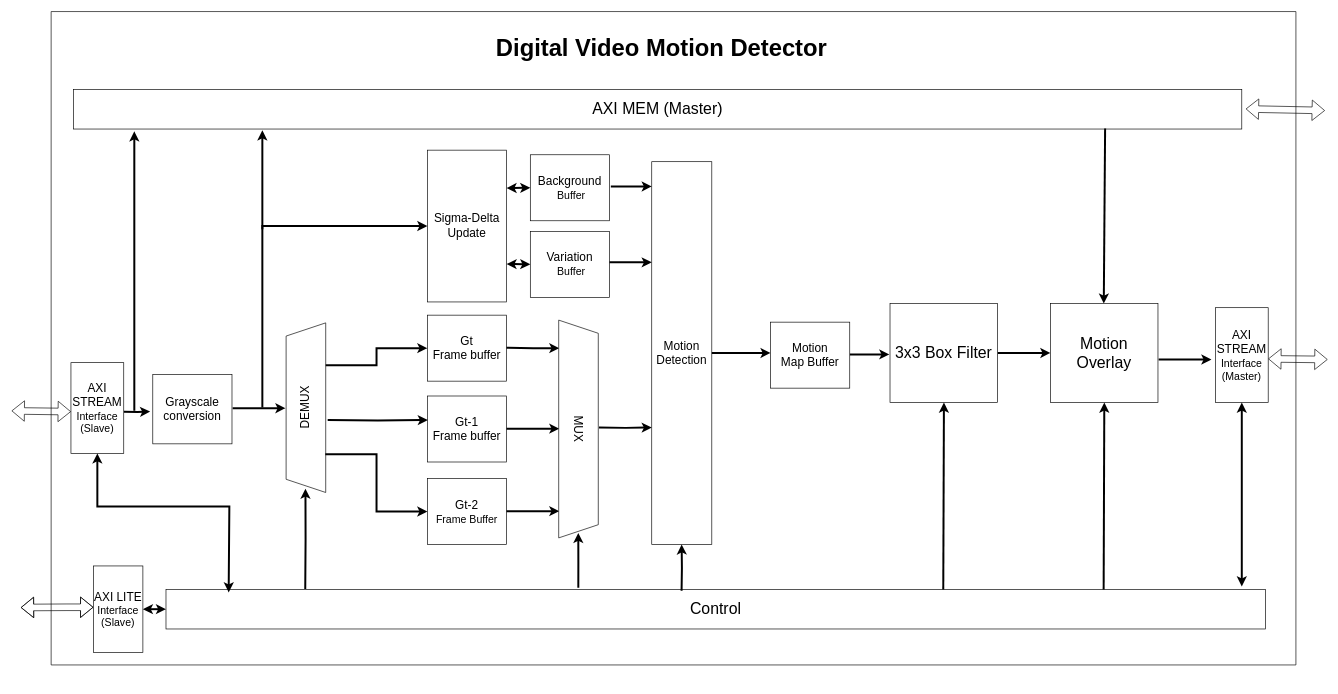
sabarioded/Hardware_for_Digital_Video_Motion_Detector keeps this draw.io diagram as drawings/Block_Diagram_v5.drawio. Above is the earlier version. Source tidied: cells renumbered, new cells numbered last; positions are measured from the earlier drawing's top-left corner, leaving out a move shared by most shapes. Both pictures are drawn from the tidied source at 66%, with x=0, y=0 at pixel (11, 11).
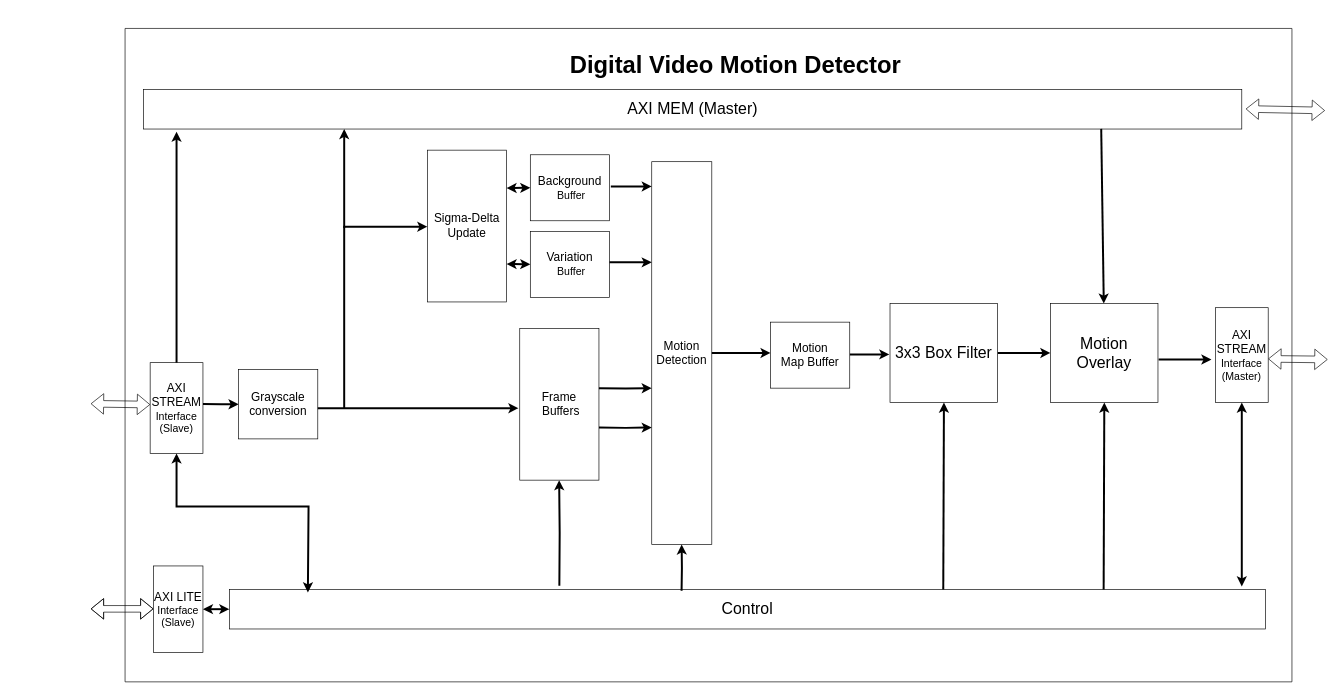
Above is the later version.

Unchanged cells that the change refers to:
```xml
<mxCell id="21" value="&lt;span style=&quot;font-size: 18px;&quot;&gt;Sigma-Delta&lt;/span&gt;&lt;div&gt;&lt;span style=&quot;font-size: 18px;&quot;&gt;Update&lt;/span&gt;&lt;/div&gt;" style="rounded=0;whiteSpace=wrap;html=1;" parent="1" vertex="1">
  <mxGeometry x="630" y="210" width="120" height="230" as="geometry" />
</mxCell>
```

The edit, as a diff of the source:
```diff
@@
-    <mxCell id="2" style="edgeStyle=orthogonalEdgeStyle;rounded=0;orthogonalLoop=1;jettySize=auto;html=1;strokeWidth=3;" parent="1" edge="1">
+    <mxCell id="2" style="edgeStyle=orthogonalEdgeStyle;rounded=0;jettySize=auto;html=1;strokeWidth=3;entryX=0;entryY=0.5;entryDx=0;entryDy=0;" parent="1" edge="1" target="5">
       <mxGeometry relative="1" as="geometry">
-        <mxPoint x="170" y="606.2" as="sourcePoint" />
-        <mxPoint x="210" y="606" as="targetPoint" />
+        <mxPoint x="290" y="594.6" as="sourcePoint" />
       </mxGeometry>
     </mxCell>
     <mxCell id="3" value="&lt;font style=&quot;font-size: 18px;&quot;&gt;AXI STREAM&lt;/font&gt;&lt;div&gt;&lt;font size=&quot;3&quot;&gt;Interface&lt;/font&gt;&lt;/div&gt;&lt;div&gt;&lt;font size=&quot;3&quot;&gt;(Slave)&lt;/font&gt;&lt;/div&gt;" style="rounded=0;whiteSpace=wrap;html=1;" parent="1" vertex="1">
-      <mxGeometry x="90" y="532" width="80" height="137.5" as="geometry" />
+      <mxGeometry x="210" y="532" width="80" height="137.5" as="geometry" />
     </mxCell>
     <mxCell id="4" style="edgeStyle=orthogonalEdgeStyle;rounded=0;orthogonalLoop=1;jettySize=auto;html=1;strokeWidth=3;" parent="1" edge="1">
       <mxGeometry relative="1" as="geometry">
-        <mxPoint x="335" y="601" as="sourcePoint" />
-        <mxPoint x="415" y="601" as="targetPoint" />
+        <mxPoint x="458" y="601" as="sourcePoint" />
+        <mxPoint x="768" y="601" as="targetPoint" />
       </mxGeometry>
     </mxCell>
     <mxCell id="5" value="&lt;font style=&quot;font-size: 18px;&quot;&gt;Grayscale conversion&lt;/font&gt;" style="whiteSpace=wrap;html=1;" parent="1" vertex="1">
-      <mxGeometry x="214" y="550" width="120" height="105" as="geometry" />
+      <mxGeometry x="344" y="542.5" width="120" height="105" as="geometry" />
     </mxCell>
-    <mxCell id="6" value="&lt;font style=&quot;font-size: 18px;&quot;&gt;Gt-2&lt;/font&gt;&lt;div&gt;&lt;font size=&quot;3&quot;&gt;Frame Buffer&lt;/font&gt;&lt;/div&gt;" style="rounded=0;whiteSpace=wrap;html=1;" parent="1" vertex="1">
-      <mxGeometry x="630" y="707.5" width="120" height="100" as="geometry" />
-    </mxCell>
@@
     <mxCell id="9" value="&lt;font style=&quot;font-size: 24px;&quot;&gt;AXI MEM (Master)&lt;/font&gt;" style="whiteSpace=wrap;html=1;" parent="1" vertex="1">
-      <mxGeometry x="94" y="118" width="1770" height="60" as="geometry" />
+      <mxGeometry x="200" y="118" width="1664" height="60" as="geometry" />
     </mxCell>
-    <mxCell id="10" value="&lt;span style=&quot;font-size: 18px;&quot;&gt;Gt-1&lt;/span&gt;&lt;div&gt;&lt;span style=&quot;font-size: 18px;&quot;&gt;Frame buffer&lt;/span&gt;&lt;/div&gt;" style="rounded=0;whiteSpace=wrap;html=1;" parent="1" vertex="1">
-      <mxGeometry x="630" y="582.5" width="120" height="100" as="geometry" />
-    </mxCell>
@@
-    <mxCell id="13" style="endArrow=classic;html=1;rounded=0;strokeWidth=3;entryX=0.052;entryY=1.059;entryDx=0;entryDy=0;entryPerimeter=0;" parent="1" edge="1" target="9">
+    <mxCell id="13" style="endArrow=classic;html=1;rounded=0;strokeWidth=3;exitX=0.5;exitY=0;exitDx=0;exitDy=0;" parent="1" edge="1" source="3">
       <mxGeometry relative="1" as="geometry">
-        <mxPoint x="186" y="605" as="sourcePoint" />
+        <mxPoint x="250" y="182" as="targetPoint" />
       </mxGeometry>
     </mxCell>
@@
-    <mxCell id="16" style="endArrow=classic;html=1;rounded=0;strokeWidth=3;exitX=0.883;exitY=0.989;exitDx=0;exitDy=0;exitPerimeter=0;" parent="1" edge="1" source="9">
+    <mxCell id="16" style="endArrow=classic;html=1;rounded=0;strokeWidth=3;exitX=0.872;exitY=0.996;exitDx=0;exitDy=0;exitPerimeter=0;" parent="1" edge="1" source="9">
       <mxGeometry relative="1" as="geometry">
         <mxPoint x="1654.9" y="442.5" as="targetPoint" />
       </mxGeometry>
     </mxCell>
     <mxCell id="17" style="shape=flexArrow;endArrow=classic;startArrow=classic;html=1;rounded=0;entryX=0;entryY=0.5;entryDx=0;entryDy=0;" parent="1" edge="1">
       <mxGeometry relative="1" as="geometry">
-        <mxPoint y="605" as="sourcePoint" />
-        <mxPoint x="90" y="606.2" as="targetPoint" />
+        <mxPoint x="120" y="594.2" as="sourcePoint" />
+        <mxPoint x="210" y="595.5" as="targetPoint" />
       </mxGeometry>
     </mxCell>
     <mxCell id="18" style="shape=flexArrow;endArrow=classic;startArrow=classic;html=1;rounded=0;" parent="1" edge="1">
       <mxGeometry relative="1" as="geometry">
-        <mxPoint x="14" y="903" as="sourcePoint" />
-        <mxPoint x="124" y="902.6" as="targetPoint" />
+        <mxPoint x="120" y="905" as="sourcePoint" />
+        <mxPoint x="215" y="905" as="targetPoint" />
         <Array as="points">
-          <mxPoint x="84" y="902.6" />
+          <mxPoint x="175" y="905" />
         </Array>
       </mxGeometry>
     </mxCell>
@@
-    <mxCell id="24" style="edgeStyle=orthogonalEdgeStyle;rounded=0;jettySize=auto;html=1;strokeWidth=3;entryX=0;entryY=0.5;entryDx=0;entryDy=0;" parent="1" edge="1" target="21">
+    <mxCell id="24" style="edgeStyle=orthogonalEdgeStyle;rounded=0;orthogonalLoop=1;jettySize=auto;html=1;strokeWidth=3;" parent="1" edge="1">
       <mxGeometry relative="1" as="geometry">
-        <mxPoint x="380" y="600" as="sourcePoint" />
+        <mxPoint x="504" y="601" as="sourcePoint" />
+        <mxPoint x="630" y="326" as="targetPoint" />
         <Array as="points">
-          <mxPoint x="380" y="325" />
+          <mxPoint x="504" y="326" />
         </Array>
       </mxGeometry>
     </mxCell>
@@
-    <mxCell id="30" value="&lt;span style=&quot;font-size: 18px;&quot;&gt;Gt&lt;/span&gt;&lt;div&gt;&lt;span style=&quot;font-size: 18px;&quot;&gt;Frame buffer&lt;/span&gt;&lt;/div&gt;" style="rounded=0;whiteSpace=wrap;html=1;" parent="1" vertex="1">
-      <mxGeometry x="630" y="460" width="120" height="100" as="geometry" />
-    </mxCell>
-    <mxCell id="31" value="&lt;font style=&quot;font-size: 18px;&quot;&gt;DEMUX&lt;/font&gt;" style="shape=trapezoid;perimeter=trapezoidPerimeter;whiteSpace=wrap;html=1;fixedSize=1;rotation=-90;" parent="1" vertex="1">
-      <mxGeometry x="317.5" y="570.2" width="257" height="60" as="geometry" />
-    </mxCell>
-    <mxCell id="32" style="edgeStyle=orthogonalEdgeStyle;rounded=0;jettySize=auto;html=1;strokeWidth=3;entryX=0;entryY=0.5;entryDx=0;entryDy=0;exitX=0.75;exitY=1;exitDx=0;exitDy=0;" parent="1" edge="1" source="31" target="30">
-      <mxGeometry relative="1" as="geometry" />
-    </mxCell>
-    <mxCell id="33" style="edgeStyle=orthogonalEdgeStyle;rounded=0;jettySize=auto;html=1;strokeWidth=3;entryX=0.006;entryY=0.364;entryDx=0;entryDy=0;entryPerimeter=0;" parent="1" edge="1" target="10">
-      <mxGeometry relative="1" as="geometry">
-        <mxPoint x="479" y="619" as="sourcePoint" />
-      </mxGeometry>
-    </mxCell>
-    <mxCell id="34" style="edgeStyle=orthogonalEdgeStyle;rounded=0;jettySize=auto;html=1;strokeWidth=3;entryX=0;entryY=0.5;entryDx=0;entryDy=0;exitX=0.225;exitY=0.99;exitDx=0;exitDy=0;exitPerimeter=0;" parent="1" edge="1" source="31" target="6">
-      <mxGeometry relative="1" as="geometry" />
-    </mxCell>
     <mxCell id="35" style="swimlane;startSize=0;" parent="1" vertex="1">
-      <mxGeometry x="60" width="1886" height="990" as="geometry" />
+      <mxGeometry x="172" y="25.6" width="1768" height="990" as="geometry" />
     </mxCell>
@@
-    <mxCell id="37" style="edgeStyle=orthogonalEdgeStyle;rounded=0;orthogonalLoop=1;jettySize=auto;html=1;strokeWidth=3;" parent="1" edge="1">
-      <mxGeometry relative="1" as="geometry">
-        <mxPoint x="750" y="632" as="sourcePoint" />
-        <mxPoint x="830" y="632" as="targetPoint" />
-      </mxGeometry>
-    </mxCell>
-    <mxCell id="38" style="edgeStyle=orthogonalEdgeStyle;rounded=0;orthogonalLoop=1;jettySize=auto;html=1;strokeWidth=3;" parent="1" edge="1">
-      <mxGeometry relative="1" as="geometry">
-        <mxPoint x="750" y="757" as="sourcePoint" />
-        <mxPoint x="830" y="757" as="targetPoint" />
-      </mxGeometry>
-    </mxCell>
     <mxCell id="39" value="&lt;font style=&quot;font-size: 18px;&quot;&gt;AXI LITE&lt;/font&gt;&lt;div&gt;&lt;font size=&quot;3&quot;&gt;Interface&lt;/font&gt;&lt;/div&gt;&lt;div&gt;&lt;font size=&quot;3&quot;&gt;(Slave)&lt;/font&gt;&lt;/div&gt;" style="whiteSpace=wrap;html=1;" parent="1" vertex="1">
-      <mxGeometry x="124" y="840" width="75" height="131" as="geometry" />
+      <mxGeometry x="215" y="840" width="75" height="131" as="geometry" />
     </mxCell>
     <mxCell id="40" value="&lt;font style=&quot;font-size: 24px;&quot;&gt;Control&lt;/font&gt;" style="rounded=0;whiteSpace=wrap;html=1;" parent="1" vertex="1">
-      <mxGeometry x="234" y="875.5" width="1666" height="60" as="geometry" />
+      <mxGeometry x="330" y="875.5" width="1570" height="60" as="geometry" />
     </mxCell>
@@
-    <mxCell id="44" style="edgeStyle=orthogonalEdgeStyle;rounded=0;orthogonalLoop=1;jettySize=auto;html=1;strokeWidth=3;" parent="1" edge="1">
-      <mxGeometry relative="1" as="geometry">
-        <mxPoint x="750" y="509.5" as="sourcePoint" />
-        <mxPoint x="830" y="510" as="targetPoint" />
-      </mxGeometry>
-    </mxCell>
     <mxCell id="45" style="endArrow=classic;html=1;rounded=0;strokeWidth=3;" parent="1" edge="1">
       <mxGeometry relative="1" as="geometry">
-        <mxPoint x="380" y="330" as="sourcePoint" />
-        <mxPoint x="380" y="180" as="targetPoint" />
+        <mxPoint x="504" y="328" as="sourcePoint" />
+        <mxPoint x="504" y="178" as="targetPoint" />
       </mxGeometry>
     </mxCell>
-    <mxCell id="46" value="&lt;font style=&quot;font-size: 18px;&quot;&gt;MUX&lt;/font&gt;" style="shape=trapezoid;perimeter=trapezoidPerimeter;whiteSpace=wrap;html=1;fixedSize=1;rotation=90;" parent="1" vertex="1">
-      <mxGeometry x="694" y="602.5" width="330" height="60" as="geometry" />
-    </mxCell>
@@
     <mxCell id="48" style="edgeStyle=orthogonalEdgeStyle;rounded=0;orthogonalLoop=1;jettySize=auto;html=1;strokeWidth=3;entryX=1;entryY=0.5;entryDx=0;entryDy=0;" parent="1" edge="1">
       <mxGeometry relative="1" as="geometry">
-        <mxPoint x="445" y="875" as="sourcePoint" />
-        <mxPoint x="445.3" y="723" as="targetPoint" />
+        <mxPoint x="830" y="870" as="sourcePoint" />
+        <mxPoint x="829.7" y="710" as="targetPoint" />
       </mxGeometry>
     </mxCell>
-    <mxCell id="49" style="edgeStyle=orthogonalEdgeStyle;rounded=0;jettySize=auto;html=1;strokeWidth=3;exitX=0.375;exitY=-0.04;exitDx=0;exitDy=0;exitPerimeter=0;" parent="1" edge="1" source="40">
-      <mxGeometry relative="1" as="geometry">
-        <mxPoint x="858.7" y="790" as="targetPoint" />
-      </mxGeometry>
-    </mxCell>
@@
-    <mxCell id="54" style="endArrow=classic;startArrow=classic;html=1;rounded=0;exitX=0.5;exitY=1;exitDx=0;exitDy=0;strokeWidth=3;entryX=0.057;entryY=0.076;entryDx=0;entryDy=0;entryPerimeter=0;" parent="1" edge="1" source="3" target="40">
+    <mxCell id="54" style="endArrow=classic;startArrow=classic;html=1;rounded=0;exitX=0.5;exitY=1;exitDx=0;exitDy=0;strokeWidth=3;entryX=0.057;entryY=0.076;entryDx=0;entryDy=0;entryPerimeter=0;" parent="1" edge="1">
       <mxGeometry relative="1" as="geometry">
+        <mxPoint x="250" y="669.5" as="sourcePoint" />
+        <mxPoint x="449" y="880.1" as="targetPoint" />
         <Array as="points">
-          <mxPoint x="130" y="750" />
-          <mxPoint x="330" y="750" />
+          <mxPoint x="250" y="750" />
+          <mxPoint x="450" y="750" />
         </Array>
       </mxGeometry>
     </mxCell>
+    <mxCell id="55" value="&lt;span style=&quot;font-size: 18px;&quot;&gt;Frame&lt;/span&gt;&lt;div&gt;&lt;span style=&quot;font-size: 18px;&quot;&gt;&amp;nbsp;Buffers&lt;/span&gt;&lt;/div&gt;" style="rounded=0;whiteSpace=wrap;html=1;" parent="1" vertex="1">
+      <mxGeometry x="770" y="480" width="120" height="230" as="geometry" />
+    </mxCell>
+    <mxCell id="56" style="edgeStyle=orthogonalEdgeStyle;rounded=0;orthogonalLoop=1;jettySize=auto;html=1;strokeWidth=3;" parent="1" edge="1">
+      <mxGeometry relative="1" as="geometry">
+        <mxPoint x="890" y="570.7" as="sourcePoint" />
+        <mxPoint x="970" y="570.6" as="targetPoint" />
+      </mxGeometry>
+    </mxCell>
```
